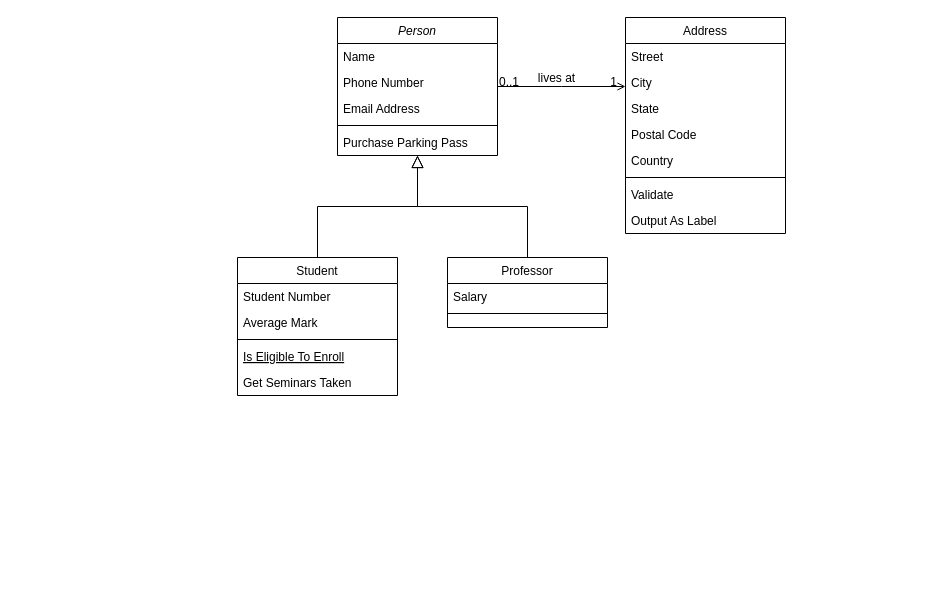
This is medical quality control/database/indexDB/分级指标库.drawio from weihuohuayi/draw.io, a draw.io file, before an edit. Source tidied: cells renumbered, new cells numbered last; positions are measured from the earlier drawing's top-left corner, leaving out a move shared by most shapes. Both pictures are drawn from the tidied source at 100%, with x=0, y=0 at pixel (237, 17).
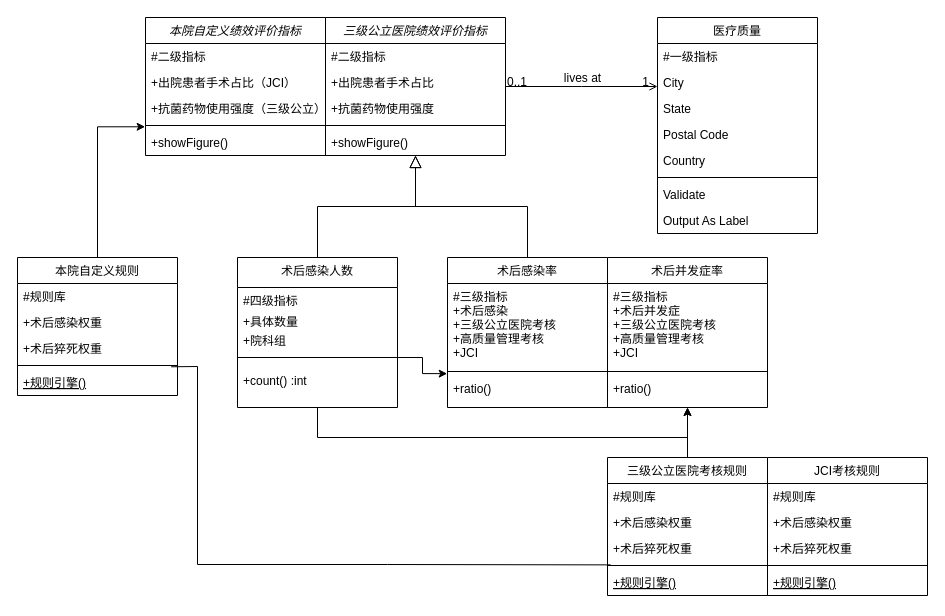
The same page after the edit.

Commit message (it also covers changes not shown here):
Update 分级指标库.drawio

What changed in the source:
```diff
@@
-    <mxCell id="2" value="Person" style="swimlane;fontStyle=2;align=center;verticalAlign=top;horizontal=1;startSize=26;rounded=0;shadow=0;strokeWidth=1;" parent="1" vertex="1">
-      <mxGeometry x="100" width="160" height="138" as="geometry" />
+    <mxCell id="2" value="三级公立医院绩效评价指标" style="swimlane;fontStyle=2;align=center;verticalAlign=top;horizontal=1;startSize=26;rounded=0;shadow=0;strokeWidth=1;" parent="1" vertex="1">
+      <mxGeometry x="88" width="180" height="138" as="geometry" />
     </mxCell>
-    <mxCell id="3" value="Name" style="text;align=left;verticalAlign=top;spacingLeft=4;spacingRight=4;overflow=hidden;" parent="2" vertex="1">
-      <mxGeometry y="26" width="160" height="26" as="geometry" />
+    <mxCell id="3" value="#二级指标" style="text;align=left;verticalAlign=top;spacingLeft=4;spacingRight=4;overflow=hidden;" parent="2" vertex="1">
+      <mxGeometry y="26" width="180" height="26" as="geometry" />
     </mxCell>
-    <mxCell id="4" value="Phone Number" style="text;align=left;verticalAlign=top;spacingLeft=4;spacingRight=4;overflow=hidden;rounded=0;shadow=0;html=0;" parent="2" vertex="1">
-      <mxGeometry y="52" width="160" height="26" as="geometry" />
+    <mxCell id="4" value="+出院患者手术占比" style="text;align=left;verticalAlign=top;spacingLeft=4;spacingRight=4;overflow=hidden;rounded=0;shadow=0;html=0;" parent="2" vertex="1">
+      <mxGeometry y="52" width="180" height="26" as="geometry" />
     </mxCell>
-    <mxCell id="5" value="Email Address" style="text;align=left;verticalAlign=top;spacingLeft=4;spacingRight=4;overflow=hidden;rounded=0;shadow=0;html=0;" parent="2" vertex="1">
-      <mxGeometry y="78" width="160" height="26" as="geometry" />
+    <mxCell id="5" value="+抗菌药物使用强度" style="text;align=left;verticalAlign=top;spacingLeft=4;spacingRight=4;overflow=hidden;rounded=0;shadow=0;html=0;" parent="2" vertex="1">
+      <mxGeometry y="78" width="180" height="26" as="geometry" />
     </mxCell>
     <mxCell id="6" style="line;html=1;strokeWidth=1;align=left;verticalAlign=middle;spacingTop=-1;spacingLeft=3;spacingRight=3;labelPosition=right;" parent="2" vertex="1">
-      <mxGeometry y="104" width="160" height="8" as="geometry" />
+      <mxGeometry y="104" width="180" height="8" as="geometry" />
     </mxCell>
-    <mxCell id="7" value="Purchase Parking Pass" style="text;align=left;verticalAlign=top;spacingLeft=4;spacingRight=4;overflow=hidden;" parent="2" vertex="1">
-      <mxGeometry y="112" width="160" height="26" as="geometry" />
+    <mxCell id="7" value="+showFigure()" style="text;align=left;verticalAlign=top;spacingLeft=4;spacingRight=4;overflow=hidden;" parent="2" vertex="1">
+      <mxGeometry y="112" width="180" height="26" as="geometry" />
     </mxCell>
-    <mxCell id="8" value="Student" style="swimlane;fontStyle=0;align=center;verticalAlign=top;horizontal=1;startSize=26;rounded=0;shadow=0;strokeWidth=1;" parent="1" vertex="1">
-      <mxGeometry y="240" width="160" height="138" as="geometry" />
-    </mxCell>
-    <mxCell id="9" value="Student Number" style="text;align=left;verticalAlign=top;spacingLeft=4;spacingRight=4;overflow=hidden;" parent="8" vertex="1">
-      <mxGeometry y="26" width="160" height="26" as="geometry" />
-    </mxCell>
-    <mxCell id="10" value="Average Mark" style="text;align=left;verticalAlign=top;spacingLeft=4;spacingRight=4;overflow=hidden;rounded=0;shadow=0;html=0;" parent="8" vertex="1">
-      <mxGeometry y="52" width="160" height="26" as="geometry" />
-    </mxCell>
-    <mxCell id="11" style="line;html=1;strokeWidth=1;align=left;verticalAlign=middle;spacingTop=-1;spacingLeft=3;spacingRight=3;labelPosition=right;" parent="8" vertex="1">
-      <mxGeometry y="78" width="160" height="8" as="geometry" />
-    </mxCell>
-    <mxCell id="12" value="Is Eligible To Enroll" style="text;align=left;verticalAlign=top;spacingLeft=4;spacingRight=4;overflow=hidden;fontStyle=4;" parent="8" vertex="1">
-      <mxGeometry y="86" width="160" height="26" as="geometry" />
-    </mxCell>
-    <mxCell id="13" value="Get Seminars Taken" style="text;align=left;verticalAlign=top;spacingLeft=4;spacingRight=4;overflow=hidden;" parent="8" vertex="1">
-      <mxGeometry y="112" width="160" height="26" as="geometry" />
-    </mxCell>
-    <mxCell id="14" style="endArrow=block;endSize=10;endFill=0;shadow=0;strokeWidth=1;rounded=0;edgeStyle=elbowEdgeStyle;elbow=vertical;" parent="1" edge="1" source="8" target="2">
-      <mxGeometry relative="1" as="geometry" />
+    <mxCell id="14" style="endArrow=block;endSize=10;endFill=0;shadow=0;strokeWidth=1;rounded=0;edgeStyle=elbowEdgeStyle;elbow=vertical;" parent="1" edge="1" target="2">
+      <mxGeometry relative="1" as="geometry">
+        <mxPoint x="80" y="240" as="sourcePoint" />
+      </mxGeometry>
     </mxCell>
+    <mxCell id="32" style="edgeStyle=orthogonalEdgeStyle;rounded=0;jettySize=auto;html=1;entryX=-0.002;entryY=0.768;entryDx=0;entryDy=0;entryPerimeter=0;" parent="1" edge="1" target="17">
+      <mxGeometry relative="1" as="geometry">
+        <mxPoint x="160" y="340" as="sourcePoint" />
+        <Array as="points">
+          <mxPoint x="185" y="340" />
+          <mxPoint x="185" y="356" />
+        </Array>
+      </mxGeometry>
+    </mxCell>
-    <mxCell id="15" value="Professor" style="swimlane;fontStyle=0;align=center;verticalAlign=top;horizontal=1;startSize=26;rounded=0;shadow=0;strokeWidth=1;" parent="1" vertex="1">
-      <mxGeometry x="210" y="240" width="160" height="70" as="geometry" />
+    <mxCell id="15" value="术后感染率" style="swimlane;fontStyle=0;align=center;verticalAlign=top;horizontal=1;startSize=26;rounded=0;shadow=0;strokeWidth=1;" parent="1" vertex="1">
+      <mxGeometry x="210" y="240" width="160" height="150" as="geometry" />
     </mxCell>
-    <mxCell id="16" value="Salary" style="text;align=left;verticalAlign=top;spacingLeft=4;spacingRight=4;overflow=hidden;" parent="15" vertex="1">
-      <mxGeometry y="26" width="160" height="26" as="geometry" />
+    <mxCell id="16" value="#三级指标&#10;+术后感染&#10;+三级公立医院考核&#10;+高质量管理考核&#10;+JCI" style="text;align=left;verticalAlign=top;spacingLeft=4;spacingRight=4;overflow=hidden;" parent="15" vertex="1">
+      <mxGeometry y="26" width="160" height="84" as="geometry" />
     </mxCell>
     <mxCell id="17" style="line;html=1;strokeWidth=1;align=left;verticalAlign=middle;spacingTop=-1;spacingLeft=3;spacingRight=3;labelPosition=right;points=[];portConstraint=eastwest;" parent="15" vertex="1">
-      <mxGeometry y="52" width="160" height="8" as="geometry" />
+      <mxGeometry y="110" width="160" height="8" as="geometry" />
     </mxCell>
+    <mxCell id="33" value="+ratio()" style="text;align=left;verticalAlign=top;spacingLeft=4;spacingRight=4;overflow=hidden;" parent="15" vertex="1">
+      <mxGeometry y="118" width="160" height="26" as="geometry" />
+    </mxCell>
@@
-    <mxCell id="19" value="Address" style="swimlane;fontStyle=0;align=center;verticalAlign=top;horizontal=1;startSize=26;rounded=0;shadow=0;strokeWidth=1;" parent="1" vertex="1">
-      <mxGeometry x="388" width="160" height="216" as="geometry" />
+    <mxCell id="19" value="医疗质量" style="swimlane;fontStyle=0;align=center;verticalAlign=top;horizontal=1;startSize=26;rounded=0;shadow=0;strokeWidth=1;" parent="1" vertex="1">
+      <mxGeometry x="420" width="160" height="216" as="geometry" />
     </mxCell>
-    <mxCell id="20" value="Street" style="text;align=left;verticalAlign=top;spacingLeft=4;spacingRight=4;overflow=hidden;" parent="19" vertex="1">
+    <mxCell id="20" value="#一级指标" style="text;align=left;verticalAlign=top;spacingLeft=4;spacingRight=4;overflow=hidden;" parent="19" vertex="1">
       <mxGeometry y="26" width="160" height="26" as="geometry" />
     </mxCell>
@@
+    <mxCell id="34" style="edgeStyle=orthogonalEdgeStyle;rounded=0;jettySize=auto;html=1;exitX=0.5;exitY=1;exitDx=0;exitDy=0;entryX=0.5;entryY=1;entryDx=0;entryDy=0;" parent="1" edge="1" source="35" target="48">
+      <mxGeometry relative="1" as="geometry">
+        <Array as="points">
+          <mxPoint x="80" y="420" />
+          <mxPoint x="450" y="420" />
+        </Array>
+      </mxGeometry>
+    </mxCell>
+    <mxCell id="35" value="术后感染人数" style="swimlane;fontStyle=0;align=center;verticalAlign=top;horizontal=1;startSize=30;rounded=0;shadow=0;strokeWidth=1;" parent="1" vertex="1">
+      <mxGeometry y="240" width="160" height="150" as="geometry" />
+    </mxCell>
+    <mxCell id="36" value="#四级指标" style="text;align=left;verticalAlign=top;spacingLeft=4;spacingRight=4;overflow=hidden;" parent="35" vertex="1">
+      <mxGeometry y="30" width="160" height="21" as="geometry" />
+    </mxCell>
+    <mxCell id="37" value="+具体数量" style="text;align=left;verticalAlign=top;spacingLeft=4;spacingRight=4;overflow=hidden;" parent="35" vertex="1">
+      <mxGeometry y="51" width="160" height="19" as="geometry" />
+    </mxCell>
+    <mxCell id="38" value="+院科组" style="text;align=left;verticalAlign=top;spacingLeft=4;spacingRight=4;overflow=hidden;" parent="35" vertex="1">
+      <mxGeometry y="70" width="160" height="20" as="geometry" />
+    </mxCell>
+    <mxCell id="39" style="line;html=1;strokeWidth=1;align=left;verticalAlign=middle;spacingTop=-1;spacingLeft=3;spacingRight=3;labelPosition=right;" parent="35" vertex="1">
+      <mxGeometry y="90" width="160" height="20" as="geometry" />
+    </mxCell>
+    <mxCell id="40" value="+count() :int" style="text;align=left;verticalAlign=top;spacingLeft=4;spacingRight=4;overflow=hidden;" parent="35" vertex="1">
+      <mxGeometry y="110" width="160" height="30" as="geometry" />
+    </mxCell>
+    <mxCell id="41" style="edgeStyle=orthogonalEdgeStyle;rounded=0;jettySize=auto;html=1;entryX=0.5;entryY=1;entryDx=0;entryDy=0;" parent="1" edge="1" source="42" target="48">
+      <mxGeometry relative="1" as="geometry" />
+    </mxCell>
+    <mxCell id="42" value="三级公立医院考核规则" style="swimlane;fontStyle=0;align=center;verticalAlign=top;horizontal=1;startSize=26;rounded=0;shadow=0;strokeWidth=1;" parent="1" vertex="1">
+      <mxGeometry x="370" y="440" width="160" height="138" as="geometry" />
+    </mxCell>
+    <mxCell id="43" value="#规则库" style="text;align=left;verticalAlign=top;spacingLeft=4;spacingRight=4;overflow=hidden;" parent="42" vertex="1">
+      <mxGeometry y="26" width="160" height="26" as="geometry" />
+    </mxCell>
+    <mxCell id="44" value="+术后感染权重" style="text;align=left;verticalAlign=top;spacingLeft=4;spacingRight=4;overflow=hidden;rounded=0;shadow=0;html=0;" parent="42" vertex="1">
+      <mxGeometry y="52" width="160" height="26" as="geometry" />
+    </mxCell>
+    <mxCell id="45" value="+术后猝死权重" style="text;align=left;verticalAlign=top;spacingLeft=4;spacingRight=4;overflow=hidden;rounded=0;shadow=0;html=0;" parent="42" vertex="1">
+      <mxGeometry y="78" width="160" height="26" as="geometry" />
+    </mxCell>
+    <mxCell id="46" style="line;html=1;strokeWidth=1;align=left;verticalAlign=middle;spacingTop=-1;spacingLeft=3;spacingRight=3;labelPosition=right;points=[];portConstraint=eastwest;" parent="42" vertex="1">
+      <mxGeometry y="104" width="160" height="8" as="geometry" />
+    </mxCell>
+    <mxCell id="47" value="+规则引擎()" style="text;align=left;verticalAlign=top;spacingLeft=4;spacingRight=4;overflow=hidden;fontStyle=4;" parent="42" vertex="1">
+      <mxGeometry y="112" width="160" height="26" as="geometry" />
+    </mxCell>
+    <mxCell id="48" value="术后并发症率" style="swimlane;fontStyle=0;align=center;verticalAlign=top;horizontal=1;startSize=26;rounded=0;shadow=0;strokeWidth=1;" parent="1" vertex="1">
+      <mxGeometry x="370" y="240" width="160" height="150" as="geometry" />
+    </mxCell>
+    <mxCell id="49" value="#三级指标&#10;+术后并发症&#10;+三级公立医院考核&#10;+高质量管理考核&#10;+JCI" style="text;align=left;verticalAlign=top;spacingLeft=4;spacingRight=4;overflow=hidden;" parent="48" vertex="1">
+      <mxGeometry y="26" width="160" height="84" as="geometry" />
+    </mxCell>
+    <mxCell id="50" style="line;html=1;strokeWidth=1;align=left;verticalAlign=middle;spacingTop=-1;spacingLeft=3;spacingRight=3;labelPosition=right;" parent="48" vertex="1">
+      <mxGeometry y="110" width="160" height="8" as="geometry" />
+    </mxCell>
+    <mxCell id="51" value="+ratio()" style="text;align=left;verticalAlign=top;spacingLeft=4;spacingRight=4;overflow=hidden;" parent="48" vertex="1">
+      <mxGeometry y="118" width="160" height="26" as="geometry" />
+    </mxCell>
+    <mxCell id="52" value="JCI考核规则" style="swimlane;fontStyle=0;align=center;verticalAlign=top;horizontal=1;startSize=26;rounded=0;shadow=0;strokeWidth=1;" parent="1" vertex="1">
+      <mxGeometry x="530" y="440" width="160" height="138" as="geometry" />
+    </mxCell>
+    <mxCell id="53" value="#规则库" style="text;align=left;verticalAlign=top;spacingLeft=4;spacingRight=4;overflow=hidden;" parent="52" vertex="1">
+      <mxGeometry y="26" width="160" height="26" as="geometry" />
+    </mxCell>
+    <mxCell id="54" value="+术后感染权重" style="text;align=left;verticalAlign=top;spacingLeft=4;spacingRight=4;overflow=hidden;rounded=0;shadow=0;html=0;" parent="52" vertex="1">
+      <mxGeometry y="52" width="160" height="26" as="geometry" />
+    </mxCell>
+    <mxCell id="55" value="+术后猝死权重" style="text;align=left;verticalAlign=top;spacingLeft=4;spacingRight=4;overflow=hidden;rounded=0;shadow=0;html=0;" parent="52" vertex="1">
+      <mxGeometry y="78" width="160" height="26" as="geometry" />
+    </mxCell>
+    <mxCell id="56" style="line;html=1;strokeWidth=1;align=left;verticalAlign=middle;spacingTop=-1;spacingLeft=3;spacingRight=3;labelPosition=right;" parent="52" vertex="1">
+      <mxGeometry y="104" width="160" height="8" as="geometry" />
+    </mxCell>
+    <mxCell id="57" value="+规则引擎()" style="text;align=left;verticalAlign=top;spacingLeft=4;spacingRight=4;overflow=hidden;fontStyle=4;" parent="52" vertex="1">
+      <mxGeometry y="112" width="160" height="26" as="geometry" />
+    </mxCell>
+    <mxCell id="58" style="edgeStyle=orthogonalEdgeStyle;rounded=0;jettySize=auto;html=1;entryX=-0.002;entryY=0.661;entryDx=0;entryDy=0;entryPerimeter=0;" parent="1" edge="1" source="59" target="69">
+      <mxGeometry relative="1" as="geometry" />
+    </mxCell>
+    <mxCell id="59" value="本院自定义规则" style="swimlane;fontStyle=0;align=center;verticalAlign=top;horizontal=1;startSize=26;rounded=0;shadow=0;strokeWidth=1;" parent="1" vertex="1">
+      <mxGeometry x="-220" y="240" width="160" height="138" as="geometry" />
+    </mxCell>
+    <mxCell id="60" value="#规则库" style="text;align=left;verticalAlign=top;spacingLeft=4;spacingRight=4;overflow=hidden;" parent="59" vertex="1">
+      <mxGeometry y="26" width="160" height="26" as="geometry" />
+    </mxCell>
+    <mxCell id="61" value="+术后感染权重" style="text;align=left;verticalAlign=top;spacingLeft=4;spacingRight=4;overflow=hidden;rounded=0;shadow=0;html=0;" parent="59" vertex="1">
+      <mxGeometry y="52" width="160" height="26" as="geometry" />
+    </mxCell>
+    <mxCell id="62" value="+术后猝死权重" style="text;align=left;verticalAlign=top;spacingLeft=4;spacingRight=4;overflow=hidden;rounded=0;shadow=0;html=0;" parent="59" vertex="1">
+      <mxGeometry y="78" width="160" height="26" as="geometry" />
+    </mxCell>
+    <mxCell id="63" style="line;html=1;strokeWidth=1;align=left;verticalAlign=middle;spacingTop=-1;spacingLeft=3;spacingRight=3;labelPosition=right;points=[];portConstraint=eastwest;" parent="59" vertex="1">
+      <mxGeometry y="104" width="160" height="8" as="geometry" />
+    </mxCell>
+    <mxCell id="64" value="+规则引擎()" style="text;align=left;verticalAlign=top;spacingLeft=4;spacingRight=4;overflow=hidden;fontStyle=4;" parent="59" vertex="1">
+      <mxGeometry y="112" width="160" height="26" as="geometry" />
+    </mxCell>
+    <mxCell id="65" value="本院自定义绩效评价指标" style="swimlane;fontStyle=2;align=center;verticalAlign=top;horizontal=1;startSize=26;rounded=0;shadow=0;strokeWidth=1;" parent="1" vertex="1">
+      <mxGeometry x="-92" width="180" height="138" as="geometry" />
+    </mxCell>
+    <mxCell id="66" value="#二级指标" style="text;align=left;verticalAlign=top;spacingLeft=4;spacingRight=4;overflow=hidden;" parent="65" vertex="1">
+      <mxGeometry y="26" width="180" height="26" as="geometry" />
+    </mxCell>
+    <mxCell id="67" value="+出院患者手术占比（JCI）" style="text;align=left;verticalAlign=top;spacingLeft=4;spacingRight=4;overflow=hidden;rounded=0;shadow=0;html=0;" parent="65" vertex="1">
+      <mxGeometry y="52" width="180" height="26" as="geometry" />
+    </mxCell>
+    <mxCell id="68" value="+抗菌药物使用强度（三级公立）" style="text;align=left;verticalAlign=top;spacingLeft=4;spacingRight=4;overflow=hidden;rounded=0;shadow=0;html=0;" parent="65" vertex="1">
+      <mxGeometry y="78" width="180" height="26" as="geometry" />
+    </mxCell>
+    <mxCell id="69" style="line;html=1;strokeWidth=1;align=left;verticalAlign=middle;spacingTop=-1;spacingLeft=3;spacingRight=3;labelPosition=right;points=[];portConstraint=eastwest;" parent="65" vertex="1">
+      <mxGeometry y="104" width="180" height="8" as="geometry" />
+    </mxCell>
+    <mxCell id="70" value="+showFigure()" style="text;align=left;verticalAlign=top;spacingLeft=4;spacingRight=4;overflow=hidden;" parent="65" vertex="1">
+      <mxGeometry y="112" width="180" height="26" as="geometry" />
+    </mxCell>
+    <mxCell id="71" style="endArrow=none;html=1;rounded=0;exitX=0.96;exitY=0.661;exitDx=0;exitDy=0;exitPerimeter=0;entryX=0.02;entryY=0.423;entryDx=0;entryDy=0;entryPerimeter=0;" parent="1" edge="1" source="63" target="46">
+      <mxGeometry relative="1" as="geometry">
+        <Array as="points">
+          <mxPoint x="-40" y="349" />
+          <mxPoint x="-40" y="547" />
+          <mxPoint x="150" y="547" />
+        </Array>
+      </mxGeometry>
+    </mxCell>
```
